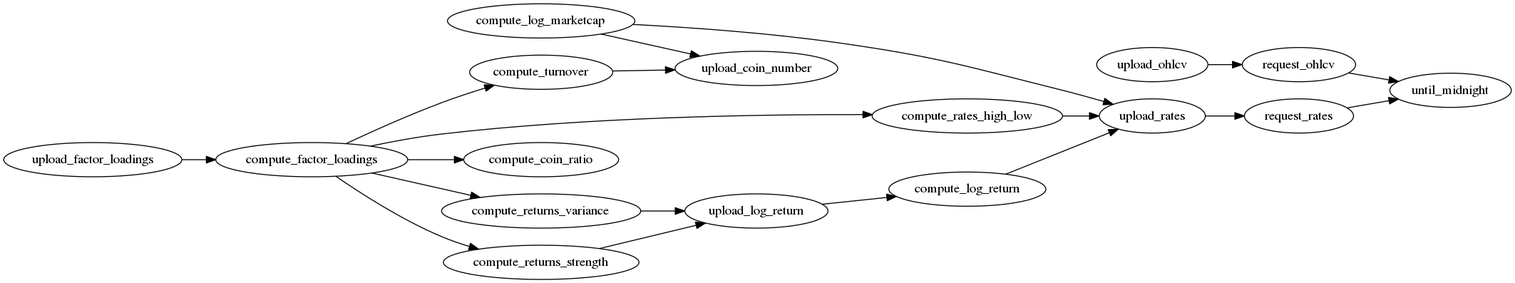
Earlier version of the Graphviz export graph.png (etaleinc/coinAPI-data). Its source is kept beside it as graph.dot.
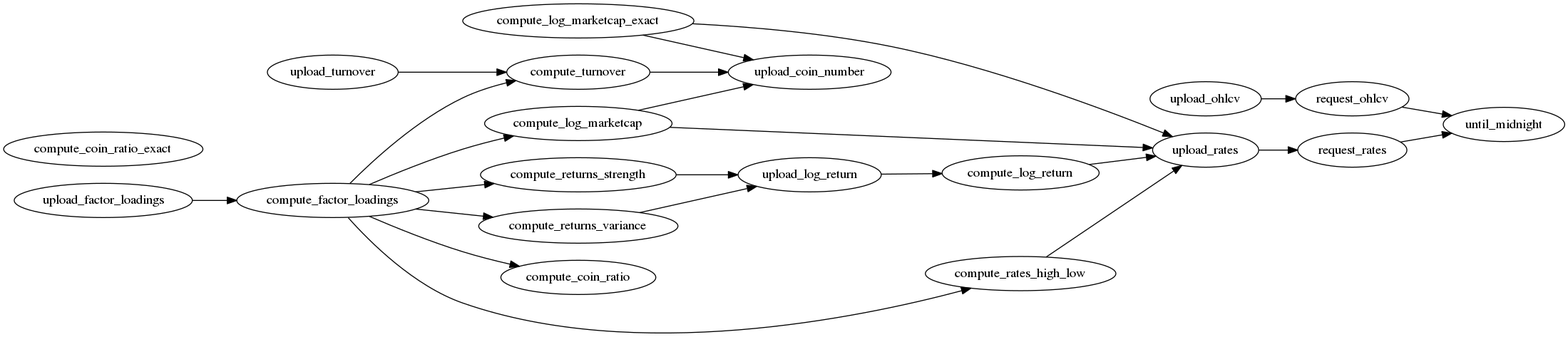
After the change.

Change to the diagram source:
```diff
@@ -2,17 +2,22 @@
 rankdir=LR
 compute_rates_high_low -> upload_rates;
 compute_log_return -> upload_rates;
+compute_log_marketcap_exact -> upload_coin_number;
+compute_log_marketcap_exact -> upload_rates;
 compute_coin_ratio;
 compute_log_marketcap -> upload_coin_number;
 compute_log_marketcap -> upload_rates;
 compute_turnover -> upload_coin_number;
 upload_ohlcv -> request_ohlcv;
 request_ohlcv -> until_midnight;
+upload_turnover -> compute_turnover;
 upload_coin_number;
 request_rates -> until_midnight;
 upload_rates -> request_rates;
+compute_coin_ratio_exact;
 compute_factor_loadings -> compute_rates_high_low;
 compute_factor_loadings -> compute_coin_ratio;
+compute_factor_loadings -> compute_log_marketcap;
 compute_factor_loadings -> compute_turnover;
 compute_factor_loadings -> compute_returns_variance;
 compute_factor_loadings -> compute_returns_strength;
```
